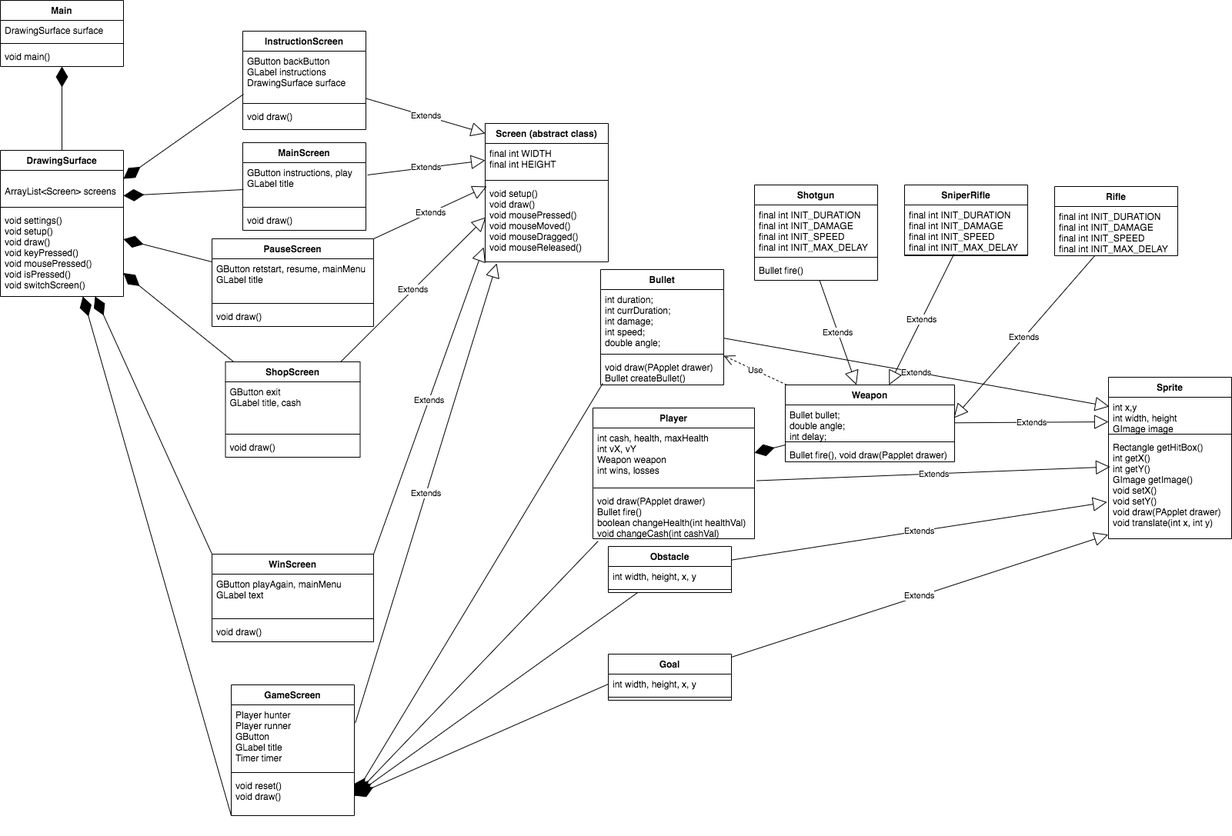
Above: CapstoneBotman/doc/Final Project UML.png in HHSAPCompSci2020/capstone-project-botman (draw.io), before the change. Source tidied: cells renumbered, new cells last; positions are measured from the earlier drawing's top-left corner, leaving out a move shared by most shapes.
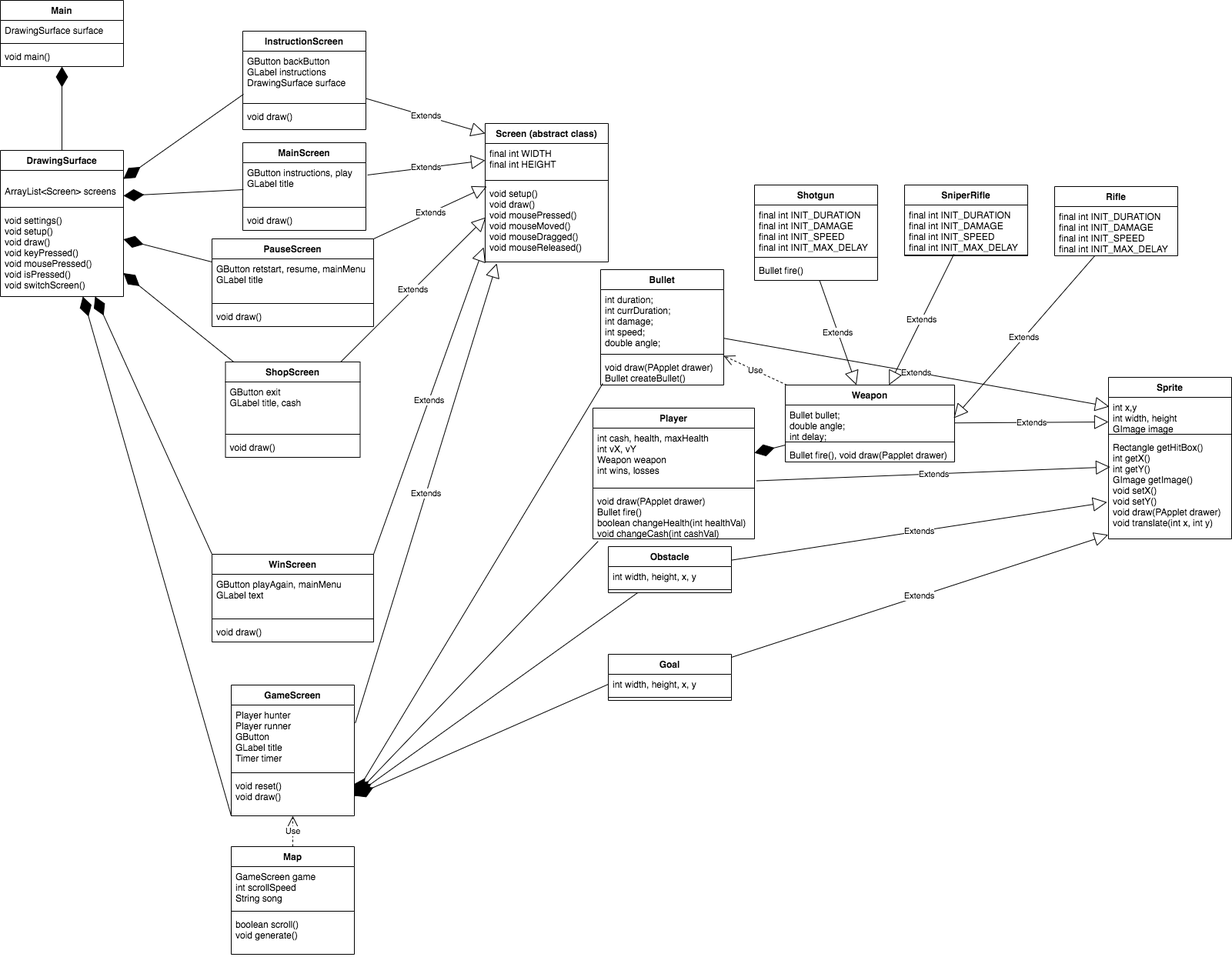
Later version of the same file.

The edit, as a diff of the source:
```diff
@@ -288,5 +288,20 @@
     <mxCell id="95" value="Extends" style="endArrow=block;endSize=16;endFill=0;html=1;startArrow=none;entryX=0.995;entryY=0.389;entryDx=0;entryDy=0;entryPerimeter=0;" parent="1" edge="1" source="85" target="70">
       <mxGeometry relative="1" as="geometry" />
     </mxCell>
+    <mxCell id="96" value="Map" style="swimlane;fontStyle=1;align=center;verticalAlign=top;horizontal=1;startSize=26;" parent="1" vertex="1">
+      <mxGeometry x="300" y="1100" width="160" height="140" as="geometry" />
+    </mxCell>
+    <mxCell id="97" value="GameScreen game&#10;int scrollSpeed&#10;String song" style="text;strokeColor=none;fillColor=none;align=left;verticalAlign=top;spacingLeft=4;spacingRight=4;overflow=hidden;" parent="96" vertex="1">
+      <mxGeometry y="26" width="160" height="54" as="geometry" />
+    </mxCell>
+    <mxCell id="98" style="line;strokeWidth=1;fillColor=none;align=left;verticalAlign=middle;spacingTop=-1;spacingLeft=3;spacingRight=3;labelPosition=right;" parent="96" vertex="1">
+      <mxGeometry y="80" width="160" height="8" as="geometry" />
+    </mxCell>
+    <mxCell id="99" value="boolean scroll()&#10;void generate() " style="text;strokeColor=none;fillColor=none;align=left;verticalAlign=top;spacingLeft=4;spacingRight=4;overflow=hidden;" parent="96" vertex="1">
+      <mxGeometry y="88" width="160" height="52" as="geometry" />
+    </mxCell>
+    <mxCell id="100" value="Use" style="endArrow=open;endSize=12;dashed=1;html=1;" parent="1" edge="1" source="96" target="29">
+      <mxGeometry relative="1" as="geometry" />
+    </mxCell>
   </root>
 </mxGraphModel>
```
